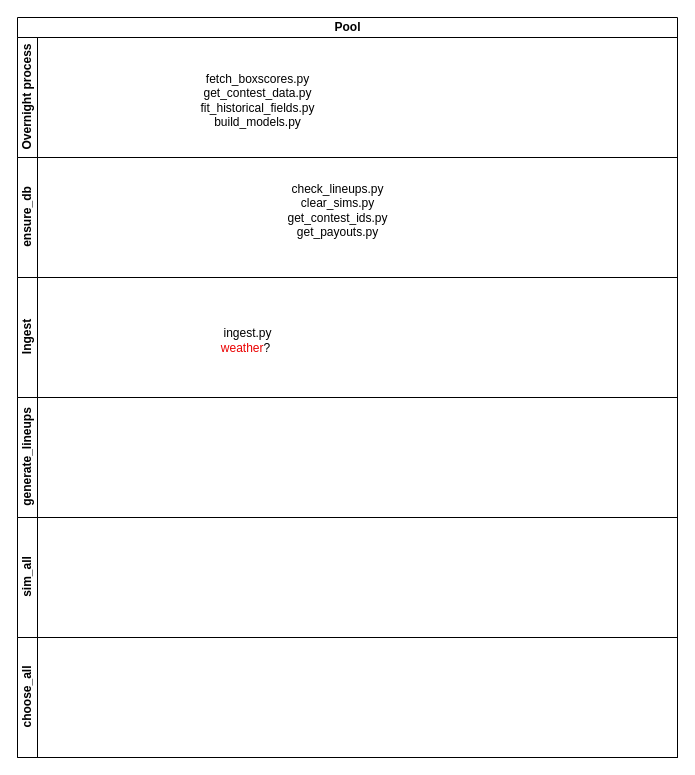
SamBamCH/ivan keeps this draw.io diagram as ivan_process_map.drawio. Above is the earlier version. Source tidied: cells renumbered, new cells numbered last; positions are measured from the earlier drawing's top-left corner, leaving out a move shared by most shapes. Both pictures are drawn from the tidied source at 100%, with x=0, y=0 at pixel (17, 17).
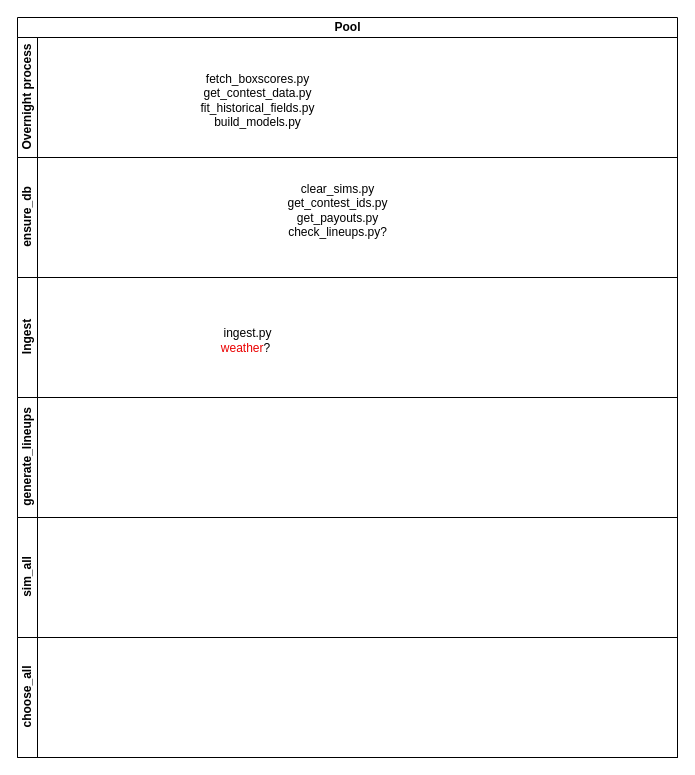
Above is the later version.

Diff of the diagram source:
```diff
@@
 <mxGraphModel>
   <root>
     <mxCell id="0" />
     <mxCell id="1" parent="0" />
     <mxCell id="2" value="Pool" style="swimlane;horizontal=1;startSize=20;html=1;" parent="1" vertex="1">
       <mxGeometry width="660" height="740" as="geometry" />
     </mxCell>
     <mxCell id="3" value="Overnight process" style="swimlane;startSize=20;horizontal=0;html=1;" parent="2" vertex="1">
       <mxGeometry y="20" width="660" height="120" as="geometry" />
     </mxCell>
     <mxCell id="4" value="ensure_db" style="swimlane;startSize=20;horizontal=0;html=1;" parent="2" vertex="1">
       <mxGeometry y="140" width="660" height="120" as="geometry" />
     </mxCell>
     <mxCell id="5" value="Ingest" style="swimlane;startSize=20;horizontal=0;html=1;" parent="2" vertex="1">
       <mxGeometry y="260" width="660" height="120" as="geometry" />
     </mxCell>
     <mxCell id="6" value="generate_lineups" style="swimlane;startSize=20;horizontal=0;html=1;" parent="2" vertex="1">
       <mxGeometry y="380" width="660" height="120" as="geometry" />
     </mxCell>
     <mxCell id="7" value="sim_all" style="swimlane;startSize=20;horizontal=0;html=1;" parent="2" vertex="1">
       <mxGeometry y="500" width="660" height="120" as="geometry" />
     </mxCell>
     <mxCell id="8" value="choose_all" style="swimlane;startSize=20;horizontal=0;html=1;" parent="2" vertex="1">
       <mxGeometry y="620" width="660" height="120" as="geometry" />
     </mxCell>
-    <mxCell id="9" value="check_lineups.py&lt;div&gt;clear_sims.py&lt;/div&gt;&lt;div&gt;get_contest_ids.py&lt;/div&gt;&lt;div&gt;get_payouts.py&lt;/div&gt;" style="text;html=1;align=center;verticalAlign=middle;strokeColor=none;fillColor=none;" parent="1" vertex="1">
+    <mxCell id="9" value="&lt;div&gt;clear_sims.py&lt;/div&gt;&lt;div&gt;get_contest_ids.py&lt;/div&gt;&lt;div&gt;get_payouts.py&lt;br&gt;check_lineups.py?&lt;/div&gt;" style="text;html=1;align=center;verticalAlign=middle;strokeColor=none;fillColor=none;" parent="1" vertex="1">
       <mxGeometry x="260" y="158" width="120" height="70" as="geometry" />
     </mxCell>
     <mxCell id="10" value="fetch_boxscores.py&lt;div&gt;get_contest_data.py&lt;/div&gt;&lt;div&gt;fit_historical_fields.py&lt;/div&gt;&lt;div&gt;build_models.py&lt;/div&gt;" style="text;html=1;align=center;verticalAlign=middle;strokeColor=none;fillColor=none;" parent="1" vertex="1">
       <mxGeometry x="170" y="48" width="140" height="70" as="geometry" />
     </mxCell>
     <mxCell id="11" value="ingest.py&lt;div&gt;&lt;font color=&quot;#eb0000&quot;&gt;weather&lt;/font&gt;?&lt;span style=&quot;white-space: pre;&quot;&gt;&#9;&lt;/span&gt;&lt;/div&gt;" style="text;html=1;align=center;verticalAlign=middle;strokeColor=none;fillColor=none;" parent="1" vertex="1">
       <mxGeometry x="190" y="303" width="80" height="40" as="geometry" />
     </mxCell>
   </root>
 </mxGraphModel>
```
